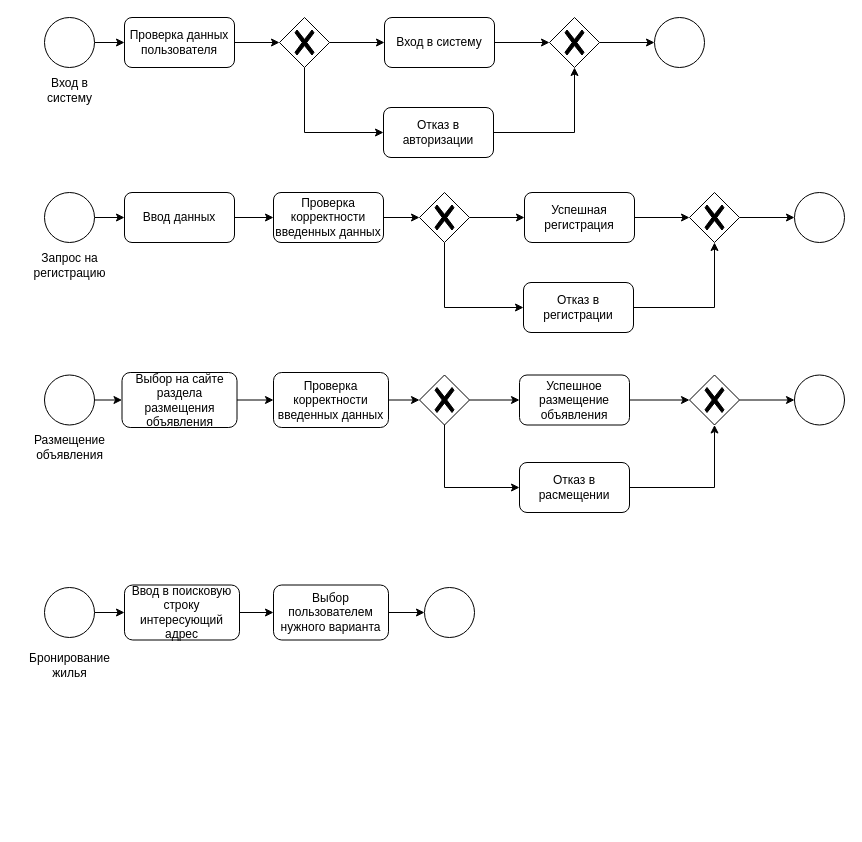
Above: page "bpmn" (3 of 6) of doc/diagrams.drawio in Pangolierchick/IU7-PPO (draw.io), before the change. Source tidied: cells renumbered, new cells numbered last; positions are measured from the earlier drawing's top-left corner, leaving out a move shared by most shapes. Both pictures are drawn from the tidied source at 100%, with x=0, y=0 at pixel (16, 17).
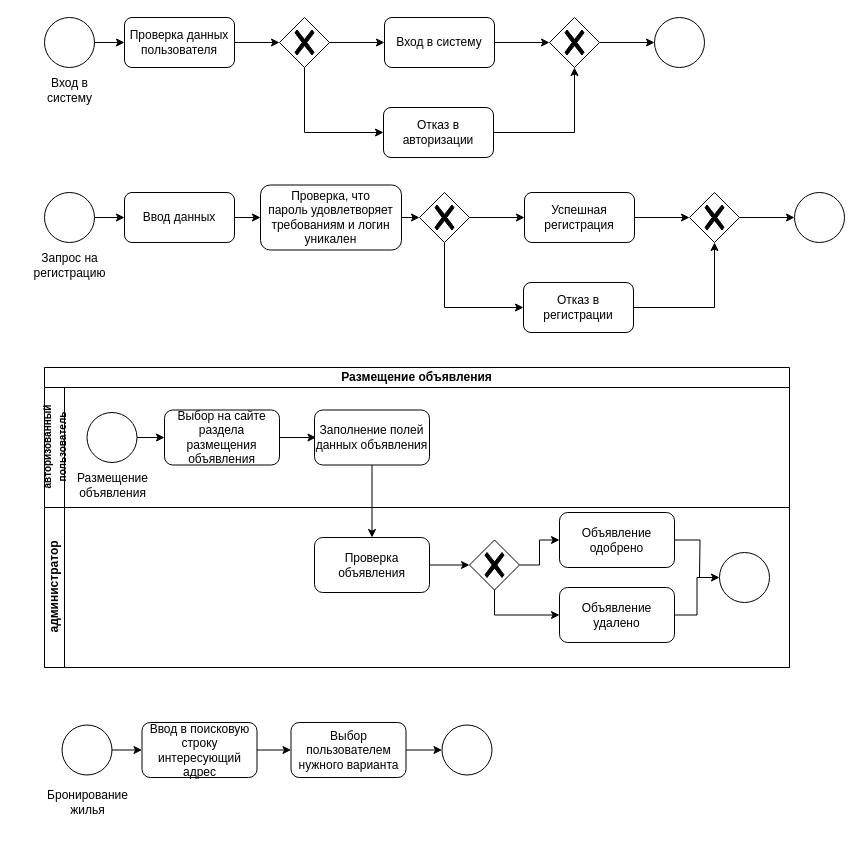
The same page after the edit.

Change to the diagram source:
```diff
@@
-    <mxCell id="33" value="Проверка корректности введенных данных" style="whiteSpace=wrap;html=1;rounded=1;glass=0;shadow=0;" parent="1" vertex="1">
-      <mxGeometry x="257" y="175" width="110" height="50" as="geometry" />
+    <mxCell id="33" value="&lt;font style=&quot;font-size: 12px;&quot;&gt;Проверка, что&lt;br&gt;пароль удовлетворяет требованиям и логин уникален&lt;/font&gt;" style="whiteSpace=wrap;html=1;rounded=1;glass=0;shadow=0;" parent="1" vertex="1">
+      <mxGeometry x="244" y="167.5" width="141" height="65" as="geometry" />
     </mxCell>
-    <mxCell id="34" style="edgeStyle=orthogonalEdgeStyle;rounded=0;jettySize=auto;html=1;exitX=1;exitY=0.5;exitDx=0;exitDy=0;entryX=0;entryY=0.5;entryDx=0;entryDy=0;startArrow=none;startFill=0;endArrow=classic;endFill=1;" parent="1" edge="1" source="35" target="38">
-      <mxGeometry relative="1" as="geometry" />
-    </mxCell>
-    <mxCell id="35" style="ellipse;whiteSpace=wrap;html=1;" parent="1" vertex="1">
-      <mxGeometry x="28" y="357.5" width="50" height="50" as="geometry" />
-    </mxCell>
-    <mxCell id="36" value="Размещение&lt;br&gt;объявления" style="text;html=1;align=center;verticalAlign=middle;strokeColor=none;fillColor=none;" parent="1" vertex="1">
-      <mxGeometry x="5.5" y="407.5" width="95" height="45" as="geometry" />
-    </mxCell>
-    <mxCell id="37" style="edgeStyle=orthogonalEdgeStyle;rounded=0;jettySize=auto;html=1;exitX=1;exitY=0.5;exitDx=0;exitDy=0;entryX=0;entryY=0.5;entryDx=0;entryDy=0;startArrow=none;startFill=0;endArrow=classic;endFill=1;" parent="1" edge="1" source="38" target="40">
-      <mxGeometry relative="1" as="geometry" />
-    </mxCell>
-    <mxCell id="38" value="Выбор на сайте раздела размещения объявления" style="whiteSpace=wrap;html=1;rounded=1;glass=0;shadow=0;" parent="1" vertex="1">
-      <mxGeometry x="105.5" y="355" width="115" height="55" as="geometry" />
-    </mxCell>
-    <mxCell id="39" style="edgeStyle=orthogonalEdgeStyle;rounded=0;jettySize=auto;html=1;exitX=1;exitY=0.5;exitDx=0;exitDy=0;entryX=0;entryY=0.5;entryDx=0;entryDy=0;entryPerimeter=0;startArrow=none;startFill=0;endArrow=classic;endFill=1;" parent="1" edge="1" source="40" target="43">
-      <mxGeometry relative="1" as="geometry" />
-    </mxCell>
-    <mxCell id="40" value="Проверка корректности введенных данных" style="whiteSpace=wrap;html=1;rounded=1;glass=0;shadow=0;" parent="1" vertex="1">
-      <mxGeometry x="257" y="355" width="115" height="55" as="geometry" />
-    </mxCell>
-    <mxCell id="41" style="edgeStyle=orthogonalEdgeStyle;rounded=0;jettySize=auto;html=1;exitX=1;exitY=0.5;exitDx=0;exitDy=0;exitPerimeter=0;entryX=0;entryY=0.5;entryDx=0;entryDy=0;startArrow=none;startFill=0;endArrow=classic;endFill=1;" parent="1" edge="1" source="43" target="45">
-      <mxGeometry relative="1" as="geometry" />
-    </mxCell>
-    <mxCell id="42" style="edgeStyle=orthogonalEdgeStyle;rounded=0;jettySize=auto;html=1;exitX=0.5;exitY=1;exitDx=0;exitDy=0;exitPerimeter=0;entryX=0;entryY=0.5;entryDx=0;entryDy=0;startArrow=none;startFill=0;endArrow=classic;endFill=1;" parent="1" edge="1" source="43" target="47">
-      <mxGeometry relative="1" as="geometry" />
-    </mxCell>
-    <mxCell id="43" style="points=[[0.25,0.25,0],[0.5,0,0],[0.75,0.25,0],[1,0.5,0],[0.75,0.75,0],[0.5,1,0],[0.25,0.75,0],[0,0.5,0]];shape=mxgraph.bpmn.gateway2;html=1;verticalLabelPosition=bottom;labelBackgroundColor=#ffffff;verticalAlign=top;align=center;perimeter=rhombusPerimeter;outlineConnect=0;outline=none;symbol=none;gwType=exclusive;rounded=1;shadow=0;glass=0;sketch=0;" parent="1" vertex="1">
-      <mxGeometry x="403" y="357.5" width="50" height="50" as="geometry" />
-    </mxCell>
-    <mxCell id="44" style="edgeStyle=orthogonalEdgeStyle;rounded=0;jettySize=auto;html=1;exitX=1;exitY=0.5;exitDx=0;exitDy=0;entryX=0;entryY=0.5;entryDx=0;entryDy=0;entryPerimeter=0;startArrow=none;startFill=0;endArrow=classic;endFill=1;" parent="1" edge="1" source="45" target="49">
-      <mxGeometry relative="1" as="geometry" />
-    </mxCell>
-    <mxCell id="45" value="Успешное размещение&lt;br&gt;объявления" style="whiteSpace=wrap;html=1;rounded=1;glass=0;shadow=0;" parent="1" vertex="1">
-      <mxGeometry x="503" y="357.5" width="110" height="50" as="geometry" />
-    </mxCell>
-    <mxCell id="46" style="edgeStyle=orthogonalEdgeStyle;rounded=0;jettySize=auto;html=1;exitX=1;exitY=0.5;exitDx=0;exitDy=0;entryX=0.5;entryY=1;entryDx=0;entryDy=0;entryPerimeter=0;startArrow=none;startFill=0;endArrow=classic;endFill=1;" parent="1" edge="1" source="47" target="49">
-      <mxGeometry relative="1" as="geometry" />
-    </mxCell>
-    <mxCell id="47" value="Отказ в расмещении" style="whiteSpace=wrap;html=1;rounded=1;glass=0;shadow=0;" parent="1" vertex="1">
-      <mxGeometry x="503" y="445" width="110" height="50" as="geometry" />
-    </mxCell>
-    <mxCell id="48" style="edgeStyle=orthogonalEdgeStyle;rounded=0;jettySize=auto;html=1;exitX=1;exitY=0.5;exitDx=0;exitDy=0;exitPerimeter=0;entryX=0;entryY=0.5;entryDx=0;entryDy=0;startArrow=none;startFill=0;endArrow=classic;endFill=1;" parent="1" edge="1" source="49" target="50">
-      <mxGeometry relative="1" as="geometry" />
-    </mxCell>
-    <mxCell id="49" style="points=[[0.25,0.25,0],[0.5,0,0],[0.75,0.25,0],[1,0.5,0],[0.75,0.75,0],[0.5,1,0],[0.25,0.75,0],[0,0.5,0]];shape=mxgraph.bpmn.gateway2;html=1;verticalLabelPosition=bottom;labelBackgroundColor=#ffffff;verticalAlign=top;align=center;perimeter=rhombusPerimeter;outlineConnect=0;outline=none;symbol=none;gwType=exclusive;rounded=1;shadow=0;glass=0;sketch=0;" parent="1" vertex="1">
-      <mxGeometry x="673" y="357.5" width="50" height="50" as="geometry" />
-    </mxCell>
-    <mxCell id="50" style="ellipse;whiteSpace=wrap;html=1;" parent="1" vertex="1">
-      <mxGeometry x="778" y="357.5" width="50" height="50" as="geometry" />
-    </mxCell>
@@
     <mxCell id="52" style="ellipse;whiteSpace=wrap;html=1;" parent="1" vertex="1">
-      <mxGeometry x="28" y="570" width="50" height="50" as="geometry" />
+      <mxGeometry x="45.5" y="707.5" width="50" height="50" as="geometry" />
     </mxCell>
     <mxCell id="53" value="Бронирование&lt;br&gt;жилья" style="text;html=1;align=center;verticalAlign=middle;strokeColor=none;fillColor=none;" parent="1" vertex="1">
-      <mxGeometry x="0.5" y="625" width="105" height="45" as="geometry" />
+      <mxGeometry x="18" y="762.5" width="105" height="45" as="geometry" />
     </mxCell>
@@
     <mxCell id="55" value="Ввод в поисковую строку интересующий адрес" style="whiteSpace=wrap;html=1;rounded=1;glass=0;shadow=0;" parent="1" vertex="1">
-      <mxGeometry x="108" y="567.5" width="115" height="55" as="geometry" />
+      <mxGeometry x="125.5" y="705" width="115" height="55" as="geometry" />
     </mxCell>
@@
     <mxCell id="57" value="Выбор пользователем нужного варианта" style="whiteSpace=wrap;html=1;rounded=1;glass=0;shadow=0;" parent="1" vertex="1">
-      <mxGeometry x="257" y="567.5" width="115" height="55" as="geometry" />
+      <mxGeometry x="274.5" y="705" width="115" height="55" as="geometry" />
     </mxCell>
     <mxCell id="58" style="ellipse;whiteSpace=wrap;html=1;" parent="1" vertex="1">
-      <mxGeometry x="408" y="570" width="50" height="50" as="geometry" />
+      <mxGeometry x="425.5" y="707.5" width="50" height="50" as="geometry" />
     </mxCell>
+    <mxCell id="59" value="Размещение объявления" style="swimlane;html=1;horizontal=1;startSize=20;whiteSpace=wrap;" parent="1" vertex="1">
+      <mxGeometry x="28" y="350" width="745" height="300" as="geometry" />
+    </mxCell>
+    <mxCell id="60" value="&lt;font style=&quot;font-size: 10px;&quot;&gt;авторизованный &lt;br&gt;пользователь&lt;/font&gt;" style="swimlane;html=1;startSize=20;horizontal=0;" parent="59" vertex="1">
+      <mxGeometry y="20" width="745" height="120" as="geometry" />
+    </mxCell>
+    <mxCell id="35" style="ellipse;whiteSpace=wrap;html=1;" parent="60" vertex="1">
+      <mxGeometry x="42.5" y="25" width="50" height="50" as="geometry" />
+    </mxCell>
+    <mxCell id="36" value="Размещение&lt;br&gt;объявления" style="text;html=1;align=center;verticalAlign=middle;strokeColor=none;fillColor=none;" parent="60" vertex="1">
+      <mxGeometry x="20" y="75" width="95" height="45" as="geometry" />
+    </mxCell>
+    <mxCell id="37" style="edgeStyle=orthogonalEdgeStyle;rounded=0;jettySize=auto;html=1;exitX=1;exitY=0.5;exitDx=0;exitDy=0;entryX=0;entryY=0.5;entryDx=0;entryDy=0;startArrow=none;startFill=0;endArrow=classic;endFill=1;" parent="60" edge="1" source="38">
+      <mxGeometry relative="1" as="geometry">
+        <mxPoint x="271.5" y="50" as="targetPoint" />
+      </mxGeometry>
+    </mxCell>
+    <mxCell id="38" value="Выбор на сайте раздела размещения объявления" style="whiteSpace=wrap;html=1;rounded=1;glass=0;shadow=0;" parent="60" vertex="1">
+      <mxGeometry x="120" y="22.5" width="115" height="55" as="geometry" />
+    </mxCell>
+    <mxCell id="34" style="edgeStyle=orthogonalEdgeStyle;rounded=0;jettySize=auto;html=1;exitX=1;exitY=0.5;exitDx=0;exitDy=0;entryX=0;entryY=0.5;entryDx=0;entryDy=0;startArrow=none;startFill=0;endArrow=classic;endFill=1;" parent="60" edge="1" source="35" target="38">
+      <mxGeometry relative="1" as="geometry" />
+    </mxCell>
+    <mxCell id="61" value="Заполнение полей данных объявления" style="whiteSpace=wrap;html=1;rounded=1;glass=0;shadow=0;" parent="60" vertex="1">
+      <mxGeometry x="270" y="22.5" width="115" height="55" as="geometry" />
+    </mxCell>
+    <mxCell id="62" value="администратор" style="swimlane;html=1;startSize=20;horizontal=0;" parent="59" vertex="1">
+      <mxGeometry y="140" width="745" height="160" as="geometry" />
+    </mxCell>
+    <mxCell id="63" style="edgeStyle=orthogonalEdgeStyle;rounded=0;jettySize=auto;html=1;exitX=1;exitY=0.5;exitDx=0;exitDy=0;entryX=0;entryY=0.5;entryDx=0;entryDy=0;entryPerimeter=0;" parent="62" edge="1" source="64" target="67">
+      <mxGeometry relative="1" as="geometry" />
+    </mxCell>
+    <mxCell id="64" value="Проверка объявления" style="whiteSpace=wrap;html=1;rounded=1;glass=0;shadow=0;" parent="62" vertex="1">
+      <mxGeometry x="270" y="30" width="115" height="55" as="geometry" />
+    </mxCell>
+    <mxCell id="65" style="edgeStyle=orthogonalEdgeStyle;rounded=0;jettySize=auto;html=1;exitX=1;exitY=0.5;exitDx=0;exitDy=0;exitPerimeter=0;entryX=0;entryY=0.5;entryDx=0;entryDy=0;" parent="62" edge="1" source="67" target="69">
+      <mxGeometry relative="1" as="geometry" />
+    </mxCell>
+    <mxCell id="66" style="edgeStyle=orthogonalEdgeStyle;rounded=0;jettySize=auto;html=1;exitX=0.5;exitY=1;exitDx=0;exitDy=0;exitPerimeter=0;entryX=0;entryY=0.5;entryDx=0;entryDy=0;" parent="62" edge="1" source="67" target="71">
+      <mxGeometry relative="1" as="geometry" />
+    </mxCell>
+    <mxCell id="67" style="points=[[0.25,0.25,0],[0.5,0,0],[0.75,0.25,0],[1,0.5,0],[0.75,0.75,0],[0.5,1,0],[0.25,0.75,0],[0,0.5,0]];shape=mxgraph.bpmn.gateway2;html=1;verticalLabelPosition=bottom;labelBackgroundColor=#ffffff;verticalAlign=top;align=center;perimeter=rhombusPerimeter;outlineConnect=0;outline=none;symbol=none;gwType=exclusive;rounded=1;shadow=0;glass=0;sketch=0;" parent="62" vertex="1">
+      <mxGeometry x="425" y="32.5" width="50" height="50" as="geometry" />
+    </mxCell>
+    <mxCell id="68" style="edgeStyle=orthogonalEdgeStyle;rounded=0;jettySize=auto;html=1;exitX=1;exitY=0.5;exitDx=0;exitDy=0;endArrow=none;endFill=0;" parent="62" edge="1" source="69">
+      <mxGeometry relative="1" as="geometry">
+        <mxPoint x="655" y="70" as="targetPoint" />
+      </mxGeometry>
+    </mxCell>
+    <mxCell id="69" value="Объявление одобрено" style="whiteSpace=wrap;html=1;rounded=1;glass=0;shadow=0;" parent="62" vertex="1">
+      <mxGeometry x="515" y="5" width="115" height="55" as="geometry" />
+    </mxCell>
+    <mxCell id="70" style="edgeStyle=orthogonalEdgeStyle;rounded=0;jettySize=auto;html=1;exitX=1;exitY=0.5;exitDx=0;exitDy=0;entryX=0;entryY=0.5;entryDx=0;entryDy=0;" parent="62" edge="1" source="71" target="72">
+      <mxGeometry relative="1" as="geometry" />
+    </mxCell>
+    <mxCell id="71" value="Объявление удалено" style="whiteSpace=wrap;html=1;rounded=1;glass=0;shadow=0;" parent="62" vertex="1">
+      <mxGeometry x="515" y="80" width="115" height="55" as="geometry" />
+    </mxCell>
+    <mxCell id="72" style="ellipse;whiteSpace=wrap;html=1;" parent="62" vertex="1">
+      <mxGeometry x="675" y="45" width="50" height="50" as="geometry" />
+    </mxCell>
+    <mxCell id="73" style="edgeStyle=orthogonalEdgeStyle;rounded=0;jettySize=auto;html=1;exitX=0.5;exitY=1;exitDx=0;exitDy=0;entryX=0.5;entryY=0;entryDx=0;entryDy=0;" parent="59" edge="1" source="61" target="64">
+      <mxGeometry relative="1" as="geometry" />
+    </mxCell>
```
